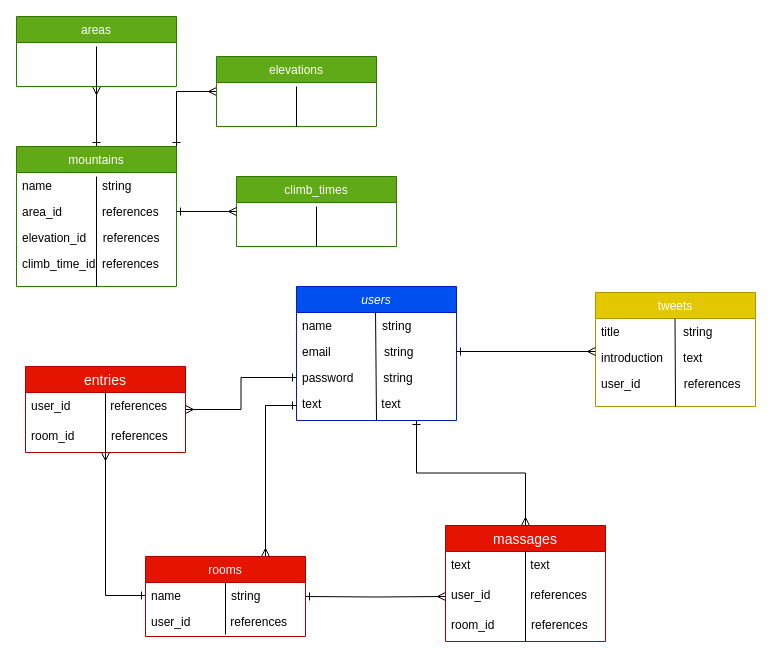
Earlier version of the draw.io diagram MT.BEGINNER.drawio (HAYASHI0884/mt.beginner). Source tidied: cells renumbered, new cells numbered last; positions are measured from the earlier drawing's top-left corner, leaving out a move shared by most shapes. Both pictures are drawn from the tidied source at 100%, with x=0, y=0 at pixel (16, 16).
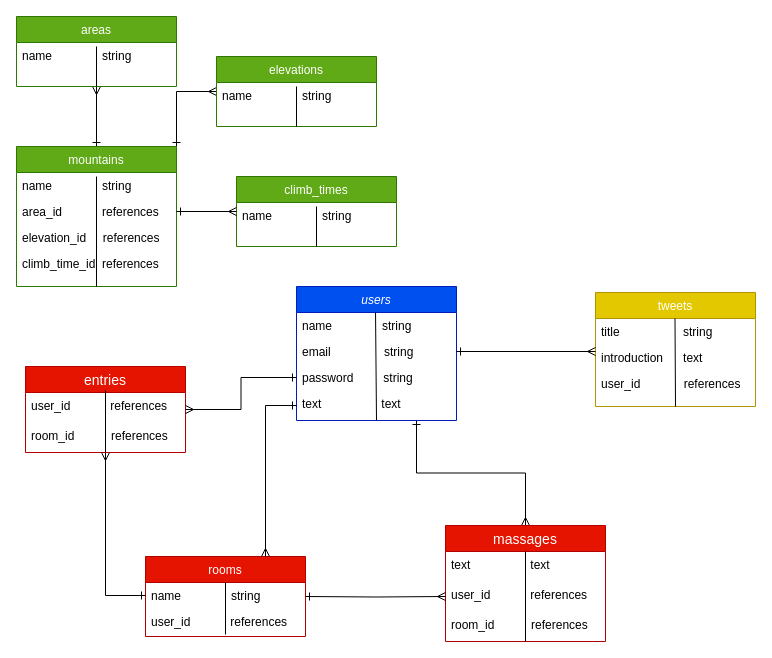
After the change.

Unchanged cells that the change refers to:
```xml
<mxCell id="40" value="elevations" style="swimlane;fontStyle=0;align=center;verticalAlign=top;horizontal=1;startSize=26;rounded=0;shadow=0;strokeWidth=1;fillColor=#60a917;strokeColor=#2D7600;fontColor=#ffffff;" parent="1" vertex="1">
  <mxGeometry x="200" y="40" width="160" height="70" as="geometry" />
</mxCell>
<mxCell id="42" value="areas" style="swimlane;fontStyle=0;align=center;verticalAlign=top;horizontal=1;startSize=26;rounded=0;shadow=0;strokeWidth=1;fillColor=#60a917;strokeColor=#2D7600;fontColor=#ffffff;" parent="1" vertex="1">
  <mxGeometry width="160" height="70" as="geometry" />
</mxCell>
<mxCell id="44" value="climb_times" style="swimlane;fontStyle=0;align=center;verticalAlign=top;horizontal=1;startSize=26;rounded=0;shadow=0;strokeWidth=1;fillColor=#60a917;strokeColor=#2D7600;fontColor=#ffffff;" parent="1" vertex="1">
  <mxGeometry x="220" y="160" width="160" height="70" as="geometry" />
</mxCell>
```

The edit, as a diff of the source:
```diff
@@
+    <mxCell id="47" value="name               string" style="text;align=left;verticalAlign=top;spacingLeft=4;spacingRight=4;overflow=hidden;" parent="40" vertex="1">
+      <mxGeometry y="26" width="160" height="26" as="geometry" />
+    </mxCell>
@@
+    <mxCell id="48" value="name               string" style="text;align=left;verticalAlign=top;spacingLeft=4;spacingRight=4;overflow=hidden;" parent="42" vertex="1">
+      <mxGeometry y="26" width="160" height="26" as="geometry" />
+    </mxCell>
@@
+    <mxCell id="49" value="name               string" style="text;align=left;verticalAlign=top;spacingLeft=4;spacingRight=4;overflow=hidden;" parent="44" vertex="1">
+      <mxGeometry y="26" width="160" height="26" as="geometry" />
+    </mxCell>
```
